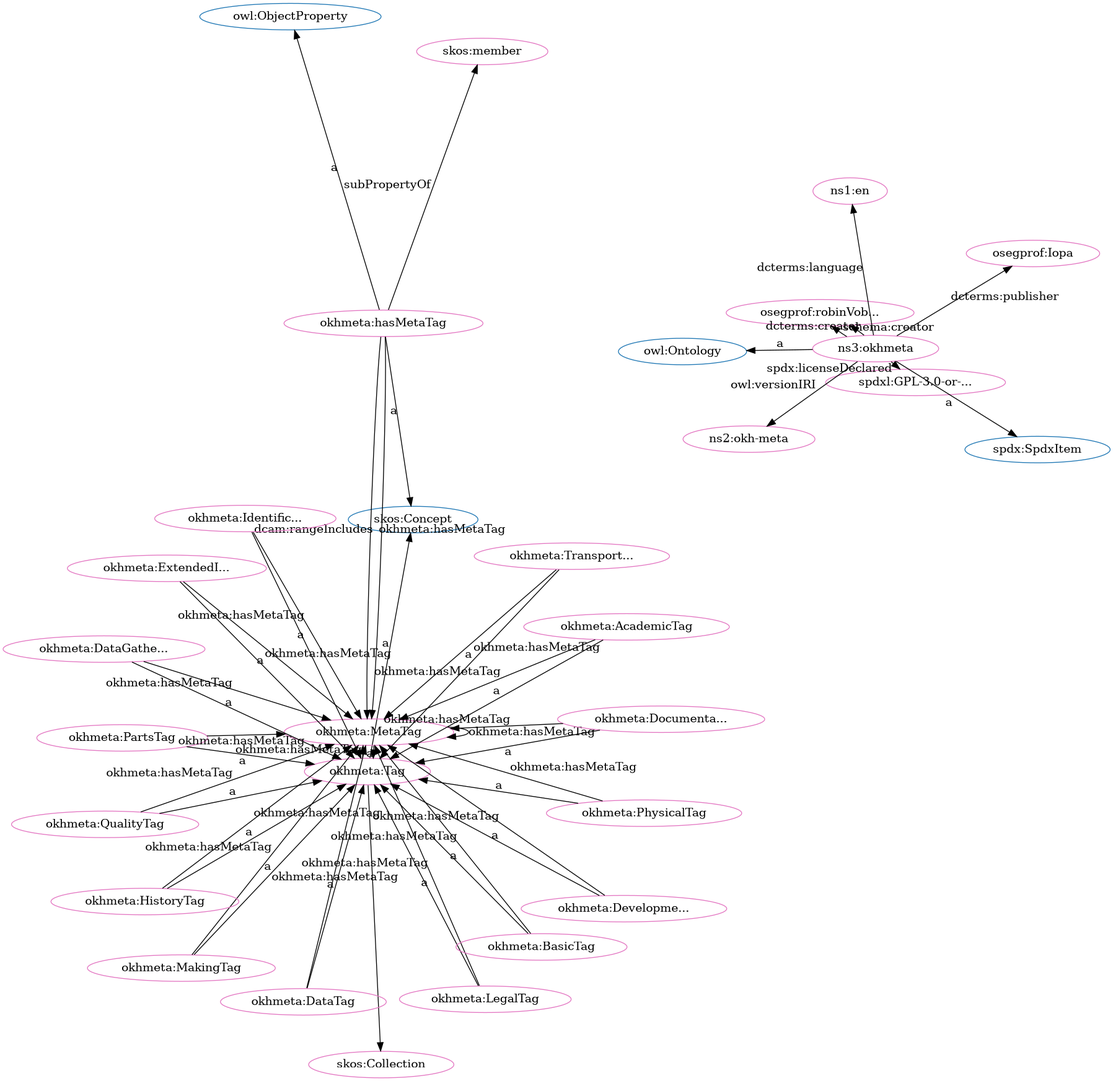
Before: src/spec/fdp_okh-meta.png, a diagram exported from Graphviz (iop-alliance/OpenKnowHow). Its source is kept beside it as src/spec/fdp_okh-meta.dot.
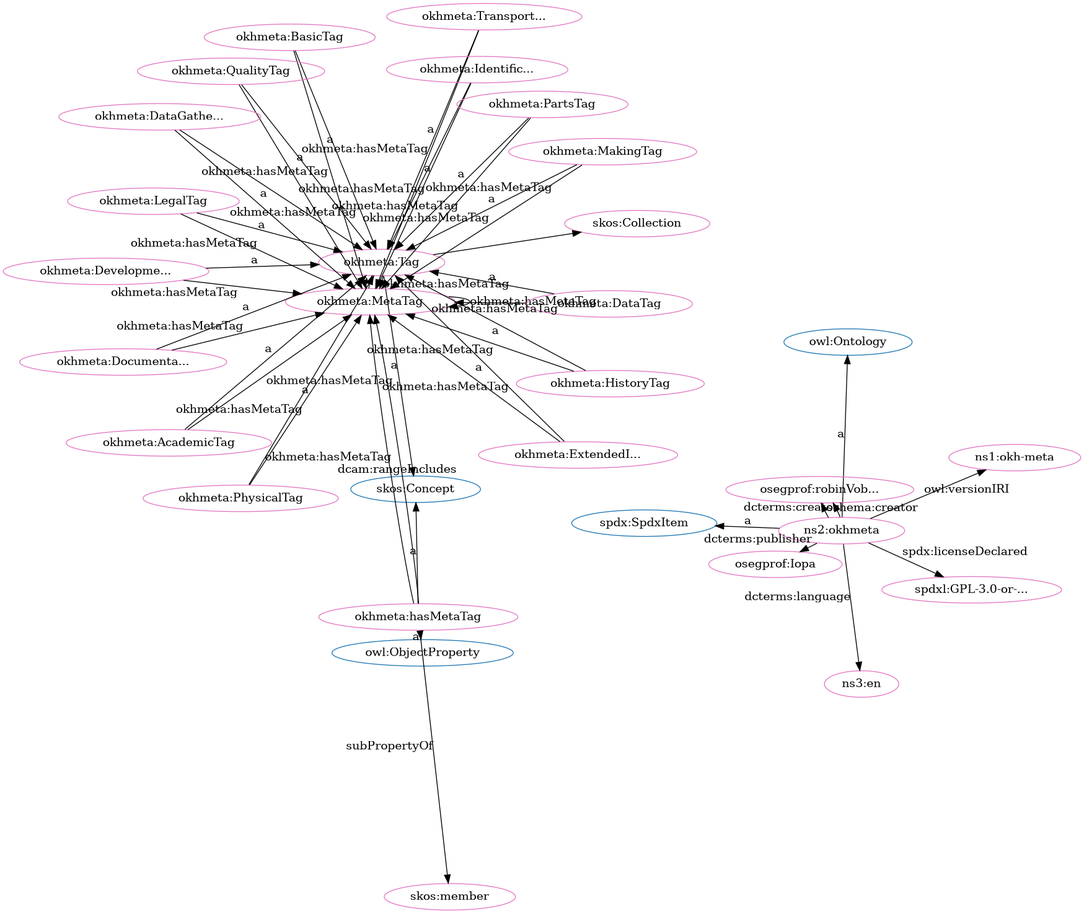
The same file after the commit.

Diff of the diagram source:
```diff
@@ -1,84 +1,84 @@
 digraph G {
   rankdir=BT
   node[height=.3]
+"http://spdx.org/rdf/terms#SpdxItem" [fillcolor="#1f77b4" color="#1f77b4" label="spdx:SpdxItem"]
+"http://www.w3.org/2002/07/owl#ObjectProperty" [fillcolor="#1f77b4" color="#1f77b4" label="owl:ObjectProperty"]
+"http://www.w3.org/2004/02/skos/core#Collection" [fillcolor="#1f77b4" color="#1f77b4" label="skos:Collection"]
+"http://www.w3.org/2004/02/skos/core#Concept" [fillcolor="#1f77b4" color="#1f77b4" label="skos:Concept"]
+"http://www.w3.org/2002/07/owl#Ontology" [fillcolor="#1f77b4" color="#1f77b4" label="owl:Ontology"]
 "http://w3id.org/oseg/ont/okhmeta#Tag" [fillcolor="#1f77b4" color="#1f77b4" label="okhmeta:Tag"]
-"http://www.w3.org/2002/07/owl#Ontology" [fillcolor="#1f77b4" color="#1f77b4" label="owl:Ontology"]
-"http://www.w3.org/2004/02/skos/core#Concept" [fillcolor="#1f77b4" color="#1f77b4" label="skos:Concept"]
-"http://www.w3.org/2004/02/skos/core#Collection" [fillcolor="#1f77b4" color="#1f77b4" label="skos:Collection"]
-"http://www.w3.org/2002/07/owl#ObjectProperty" [fillcolor="#1f77b4" color="#1f77b4" label="owl:ObjectProperty"]
-"http://spdx.org/rdf/terms#SpdxItem" [fillcolor="#1f77b4" color="#1f77b4" label="spdx:SpdxItem"]
 "http://w3id.org/oseg/ont/okhmeta#hasMetaTag" [fillcolor="#e377c2" color="#e377c2" label="okhmeta:hasMetaTag"]
+"http://spdx.org/licenses/GPL-3.0-or-later" [fillcolor="#e377c2" color="#e377c2" label="spdxl:GPL-3.0-or-..."]
 "http://w3id.org/oseg/ont/okhmeta#MetaTag" [fillcolor="#e377c2" color="#e377c2" label="okhmeta:MetaTag"]
-"http://spdx.org/licenses/GPL-3.0-or-later" [fillcolor="#e377c2" color="#e377c2" label="spdxl:GPL-3.0-or-..."]
+"http://w3id.org/oseg/ont/1.1.0/okh-meta" [fillcolor="#e377c2" color="#e377c2" label="ns1:okh-meta"]
+"http://w3id.org/oseg/ont/okhmeta#AcademicTag" [fillcolor="#e377c2" color="#e377c2" label="okhmeta:AcademicTag"]
+"http://w3id.org/oseg/ont/okhmeta" [fillcolor="#e377c2" color="#e377c2" label="ns2:okhmeta"]
+"http://w3id.org/oseg/ont/okhmeta#DevelopmentTag" [fillcolor="#e377c2" color="#e377c2" label="okhmeta:Developme..."]
+"http://w3id.org/oseg/ont/okhmeta#DataTag" [fillcolor="#e377c2" color="#e377c2" label="okhmeta:DataTag"]
+"http://w3id.org/oseg/ont/okhmeta#HistoryTag" [fillcolor="#e377c2" color="#e377c2" label="okhmeta:HistoryTag"]
+"http://w3id.org/oseg/ont/oseg-profiles#robinVobruba" [fillcolor="#e377c2" color="#e377c2" label="osegprof:robinVob..."]
+"http://w3id.org/oseg/ont/okhmeta#DocumentationTag" [fillcolor="#e377c2" color="#e377c2" label="okhmeta:Documenta..."]
+"http://w3id.org/oseg/ont/okhmeta#PhysicalTag" [fillcolor="#e377c2" color="#e377c2" label="okhmeta:PhysicalTag"]
+"http://w3id.org/oseg/ont/okhmeta#MakingTag" [fillcolor="#e377c2" color="#e377c2" label="okhmeta:MakingTag"]
+"http://w3id.org/oseg/ont/okhmeta#LegalTag" [fillcolor="#e377c2" color="#e377c2" label="okhmeta:LegalTag"]
+"http://www.w3.org/2004/02/skos/core#member" [fillcolor="#e377c2" color="#e377c2" label="skos:member"]
+"http://w3id.org/oseg/ont/okhmeta#TransportationTag" [fillcolor="#e377c2" color="#e377c2" label="okhmeta:Transport..."]
+"http://w3id.org/oseg/ont/okhmeta#Tag" [fillcolor="#e377c2" color="#e377c2" label="okhmeta:Tag"]
+"http://w3id.org/oseg/ont/okhmeta#ExtendedInfoTag" [fillcolor="#e377c2" color="#e377c2" label="okhmeta:ExtendedI..."]
+"http://w3id.org/oseg/ont/okhmeta#BasicTag" [fillcolor="#e377c2" color="#e377c2" label="okhmeta:BasicTag"]
 "http://w3id.org/oseg/ont/okhmeta#QualityTag" [fillcolor="#e377c2" color="#e377c2" label="okhmeta:QualityTag"]
-"http://w3id.org/oseg/ont/okhmeta#DocumentationTag" [fillcolor="#e377c2" color="#e377c2" label="okhmeta:Documenta..."]
-"http://w3id.org/oseg/ont/okhmeta#MakingTag" [fillcolor="#e377c2" color="#e377c2" label="okhmeta:MakingTag"]
-"http://w3id.org/oseg/ont/okhmeta#Tag" [fillcolor="#e377c2" color="#e377c2" label="okhmeta:Tag"]
-"http://w3id.org/oseg/ont/okhmeta#HistoryTag" [fillcolor="#e377c2" color="#e377c2" label="okhmeta:HistoryTag"]
 "http://w3id.org/oseg/ont/oseg-profiles#Iopa" [fillcolor="#e377c2" color="#e377c2" label="osegprof:Iopa"]
 "http://www.w3.org/2004/02/skos/core#Collection" [fillcolor="#e377c2" color="#e377c2" label="skos:Collection"]
-"http://w3id.org/oseg/ont/okhmeta#LegalTag" [fillcolor="#e377c2" color="#e377c2" label="okhmeta:LegalTag"]
-"http://w3id.org/oseg/ont/okhmeta#TransportationTag" [fillcolor="#e377c2" color="#e377c2" label="okhmeta:Transport..."]
-"http://www.w3.org/2004/02/skos/core#member" [fillcolor="#e377c2" color="#e377c2" label="skos:member"]
-"http://w3id.org/oseg/ont/okhmeta#AcademicTag" [fillcolor="#e377c2" color="#e377c2" label="okhmeta:AcademicTag"]
+"http://w3id.org/oseg/ont/okhmeta#IdentificationTag" [fillcolor="#e377c2" color="#e377c2" label="okhmeta:Identific..."]
+"http://id.loc.gov/vocabulary/iso639-1/en" [fillcolor="#e377c2" color="#e377c2" label="ns3:en"]
 "http://w3id.org/oseg/ont/okhmeta#PartsTag" [fillcolor="#e377c2" color="#e377c2" label="okhmeta:PartsTag"]
-"http://id.loc.gov/vocabulary/iso639-1/en" [fillcolor="#e377c2" color="#e377c2" label="ns1:en"]
-"http://w3id.org/oseg/ont/okhmeta#PhysicalTag" [fillcolor="#e377c2" color="#e377c2" label="okhmeta:PhysicalTag"]
-"http://w3id.org/oseg/ont/okhmeta#BasicTag" [fillcolor="#e377c2" color="#e377c2" label="okhmeta:BasicTag"]
-"http://w3id.org/oseg/ont/okhmeta#IdentificationTag" [fillcolor="#e377c2" color="#e377c2" label="okhmeta:Identific..."]
-"http://w3id.org/oseg/ont/oseg-profiles#robinVobruba" [fillcolor="#e377c2" color="#e377c2" label="osegprof:robinVob..."]
-"http://w3id.org/oseg/ont/okhmeta#ExtendedInfoTag" [fillcolor="#e377c2" color="#e377c2" label="okhmeta:ExtendedI..."]
-"http://w3id.org/oseg/ont/1.1.0/okh-meta" [fillcolor="#e377c2" color="#e377c2" label="ns2:okh-meta"]
 "http://w3id.org/oseg/ont/okhmeta#DataGatheringTag" [fillcolor="#e377c2" color="#e377c2" label="okhmeta:DataGathe..."]
-"http://w3id.org/oseg/ont/okhmeta#DevelopmentTag" [fillcolor="#e377c2" color="#e377c2" label="okhmeta:Developme..."]
-"http://w3id.org/oseg/ont/okhmeta" [fillcolor="#e377c2" color="#e377c2" label="ns3:okhmeta"]
-"http://w3id.org/oseg/ont/okhmeta#DataTag" [fillcolor="#e377c2" color="#e377c2" label="okhmeta:DataTag"]
-  "http://w3id.org/oseg/ont/okhmeta#TransportationTag" -> "http://w3id.org/oseg/ont/okhmeta#MetaTag" [label="okhmeta:hasMetaTag"]
-  "http://w3id.org/oseg/ont/okhmeta#PartsTag" -> "http://w3id.org/oseg/ont/okhmeta#MetaTag" [label="okhmeta:hasMetaTag"]
+  "http://w3id.org/oseg/ont/okhmeta#hasMetaTag" -> "http://www.w3.org/2004/02/skos/core#Concept" [label="a"]
+  "http://w3id.org/oseg/ont/okhmeta#MakingTag" -> "http://w3id.org/oseg/ont/okhmeta#MetaTag" [label="okhmeta:hasMetaTag"]
+  "http://w3id.org/oseg/ont/okhmeta" -> "http://w3id.org/oseg/ont/1.1.0/okh-meta" [label="owl:versionIRI"]
+  "http://w3id.org/oseg/ont/okhmeta#LegalTag" -> "http://w3id.org/oseg/ont/okhmeta#MetaTag" [label="okhmeta:hasMetaTag"]
+  "http://w3id.org/oseg/ont/okhmeta#DevelopmentTag" -> "http://w3id.org/oseg/ont/okhmeta#MetaTag" [label="okhmeta:hasMetaTag"]
+  "http://w3id.org/oseg/ont/okhmeta#IdentificationTag" -> "http://w3id.org/oseg/ont/okhmeta#MetaTag" [label="okhmeta:hasMetaTag"]
+  "http://w3id.org/oseg/ont/okhmeta#DataTag" -> "http://w3id.org/oseg/ont/okhmeta#Tag" [label="a"]
+  "http://w3id.org/oseg/ont/okhmeta#ExtendedInfoTag" -> "http://w3id.org/oseg/ont/okhmeta#MetaTag" [label="okhmeta:hasMetaTag"]
+  "http://w3id.org/oseg/ont/okhmeta#HistoryTag" -> "http://w3id.org/oseg/ont/okhmeta#Tag" [label="a"]
+  "http://w3id.org/oseg/ont/okhmeta" -> "http://w3id.org/oseg/ont/oseg-profiles#robinVobruba" [label="schema:creator"]
+  "http://w3id.org/oseg/ont/okhmeta#DocumentationTag" -> "http://w3id.org/oseg/ont/okhmeta#Tag" [label="a"]
+  "http://w3id.org/oseg/ont/okhmeta#PhysicalTag" -> "http://w3id.org/oseg/ont/okhmeta#Tag" [label="a"]
+  "http://w3id.org/oseg/ont/okhmeta#LegalTag" -> "http://w3id.org/oseg/ont/okhmeta#Tag" [label="a"]
+  "http://w3id.org/oseg/ont/okhmeta#hasMetaTag" -> "http://www.w3.org/2004/02/skos/core#member" [label="subPropertyOf"]
+  "http://w3id.org/oseg/ont/okhmeta#Tag" -> "http://www.w3.org/2004/02/skos/core#Concept" [label="a"]
+  "http://w3id.org/oseg/ont/okhmeta#ExtendedInfoTag" -> "http://w3id.org/oseg/ont/okhmeta#Tag" [label="a"]
+  "http://w3id.org/oseg/ont/okhmeta#BasicTag" -> "http://w3id.org/oseg/ont/okhmeta#Tag" [label="a"]
+  "http://w3id.org/oseg/ont/okhmeta#QualityTag" -> "http://w3id.org/oseg/ont/okhmeta#Tag" [label="a"]
+  "http://w3id.org/oseg/ont/okhmeta#MetaTag" -> "http://w3id.org/oseg/ont/okhmeta#MetaTag" [label="okhmeta:hasMetaTag"]
   "http://w3id.org/oseg/ont/okhmeta" -> "http://w3id.org/oseg/ont/oseg-profiles#Iopa" [label="dcterms:publisher"]
   "http://w3id.org/oseg/ont/okhmeta#Tag" -> "http://www.w3.org/2004/02/skos/core#Collection" [label=""]
+  "http://w3id.org/oseg/ont/okhmeta#DataTag" -> "http://w3id.org/oseg/ont/okhmeta#MetaTag" [label="okhmeta:hasMetaTag"]
+  "http://w3id.org/oseg/ont/okhmeta" -> "http://w3id.org/oseg/ont/oseg-profiles#robinVobruba" [label="dcterms:creator"]
+  "http://w3id.org/oseg/ont/okhmeta#DataGatheringTag" -> "http://w3id.org/oseg/ont/okhmeta#Tag" [label="a"]
+  "http://w3id.org/oseg/ont/okhmeta#DocumentationTag" -> "http://w3id.org/oseg/ont/okhmeta#MetaTag" [label="okhmeta:hasMetaTag"]
+  "http://w3id.org/oseg/ont/okhmeta" -> "http://spdx.org/licenses/GPL-3.0-or-later" [label="spdx:licenseDeclared"]
+  "http://w3id.org/oseg/ont/okhmeta#hasMetaTag" -> "http://w3id.org/oseg/ont/okhmeta#MetaTag" [label="okhmeta:hasMetaTag"]
+  "http://w3id.org/oseg/ont/okhmeta#AcademicTag" -> "http://w3id.org/oseg/ont/okhmeta#Tag" [label="a"]
+  "http://w3id.org/oseg/ont/okhmeta#hasMetaTag" -> "http://w3id.org/oseg/ont/okhmeta#MetaTag" [label="dcam:rangeIncludes"]
+  "http://w3id.org/oseg/ont/okhmeta#TransportationTag" -> "http://w3id.org/oseg/ont/okhmeta#MetaTag" [label="okhmeta:hasMetaTag"]
+  "http://w3id.org/oseg/ont/okhmeta" -> "http://www.w3.org/2002/07/owl#Ontology" [label="a"]
+  "http://w3id.org/oseg/ont/okhmeta#MetaTag" -> "http://w3id.org/oseg/ont/okhmeta#Tag" [label="a"]
+  "http://w3id.org/oseg/ont/okhmeta#DevelopmentTag" -> "http://w3id.org/oseg/ont/okhmeta#Tag" [label="a"]
+  "http://w3id.org/oseg/ont/okhmeta#HistoryTag" -> "http://w3id.org/oseg/ont/okhmeta#MetaTag" [label="okhmeta:hasMetaTag"]
+  "http://w3id.org/oseg/ont/okhmeta#PartsTag" -> "http://w3id.org/oseg/ont/okhmeta#MetaTag" [label="okhmeta:hasMetaTag"]
+  "http://w3id.org/oseg/ont/okhmeta#PhysicalTag" -> "http://w3id.org/oseg/ont/okhmeta#MetaTag" [label="okhmeta:hasMetaTag"]
+  "http://w3id.org/oseg/ont/okhmeta#DataGatheringTag" -> "http://w3id.org/oseg/ont/okhmeta#MetaTag" [label="okhmeta:hasMetaTag"]
+  "http://w3id.org/oseg/ont/okhmeta#MakingTag" -> "http://w3id.org/oseg/ont/okhmeta#Tag" [label="a"]
+  "http://w3id.org/oseg/ont/okhmeta" -> "http://spdx.org/rdf/terms#SpdxItem" [label="a"]
   "http://w3id.org/oseg/ont/okhmeta#TransportationTag" -> "http://w3id.org/oseg/ont/okhmeta#Tag" [label="a"]
-  "http://w3id.org/oseg/ont/okhmeta#hasMetaTag" -> "http://www.w3.org/2004/02/skos/core#member" [label="subPropertyOf"]
+  "http://w3id.org/oseg/ont/okhmeta#AcademicTag" -> "http://w3id.org/oseg/ont/okhmeta#MetaTag" [label="okhmeta:hasMetaTag"]
+  "http://w3id.org/oseg/ont/okhmeta#Tag" -> "http://w3id.org/oseg/ont/okhmeta#MetaTag" [label="okhmeta:hasMetaTag"]
+  "http://w3id.org/oseg/ont/okhmeta#IdentificationTag" -> "http://w3id.org/oseg/ont/okhmeta#Tag" [label="a"]
+  "http://w3id.org/oseg/ont/okhmeta" -> "http://id.loc.gov/vocabulary/iso639-1/en" [label="dcterms:language"]
+  "http://w3id.org/oseg/ont/okhmeta#hasMetaTag" -> "http://www.w3.org/2002/07/owl#ObjectProperty" [label="a"]
+  "http://w3id.org/oseg/ont/okhmeta#BasicTag" -> "http://w3id.org/oseg/ont/okhmeta#MetaTag" [label="okhmeta:hasMetaTag"]
+  "http://w3id.org/oseg/ont/okhmeta#QualityTag" -> "http://w3id.org/oseg/ont/okhmeta#MetaTag" [label="okhmeta:hasMetaTag"]
   "http://w3id.org/oseg/ont/okhmeta#PartsTag" -> "http://w3id.org/oseg/ont/okhmeta#Tag" [label="a"]
-  "http://w3id.org/oseg/ont/okhmeta" -> "http://id.loc.gov/vocabulary/iso639-1/en" [label="dcterms:language"]
-  "http://w3id.org/oseg/ont/okhmeta#BasicTag" -> "http://w3id.org/oseg/ont/okhmeta#Tag" [label="a"]
-  "http://w3id.org/oseg/ont/okhmeta#MetaTag" -> "http://w3id.org/oseg/ont/okhmeta#MetaTag" [label="okhmeta:hasMetaTag"]
-  "http://w3id.org/oseg/ont/okhmeta" -> "http://w3id.org/oseg/ont/oseg-profiles#robinVobruba" [label="schema:creator"]
-  "http://w3id.org/oseg/ont/okhmeta#ExtendedInfoTag" -> "http://w3id.org/oseg/ont/okhmeta#Tag" [label="a"]
-  "http://w3id.org/oseg/ont/okhmeta#DataGatheringTag" -> "http://w3id.org/oseg/ont/okhmeta#Tag" [label="a"]
-  "http://w3id.org/oseg/ont/okhmeta" -> "http://www.w3.org/2002/07/owl#Ontology" [label="a"]
-  "http://w3id.org/oseg/ont/okhmeta#MakingTag" -> "http://w3id.org/oseg/ont/okhmeta#MetaTag" [label="okhmeta:hasMetaTag"]
-  "http://w3id.org/oseg/ont/okhmeta" -> "http://spdx.org/rdf/terms#SpdxItem" [label="a"]
-  "http://w3id.org/oseg/ont/okhmeta" -> "http://w3id.org/oseg/ont/oseg-profiles#robinVobruba" [label="dcterms:creator"]
-  "http://w3id.org/oseg/ont/okhmeta#ExtendedInfoTag" -> "http://w3id.org/oseg/ont/okhmeta#MetaTag" [label="okhmeta:hasMetaTag"]
-  "http://w3id.org/oseg/ont/okhmeta#hasMetaTag" -> "http://www.w3.org/2002/07/owl#ObjectProperty" [label="a"]
-  "http://w3id.org/oseg/ont/okhmeta#HistoryTag" -> "http://w3id.org/oseg/ont/okhmeta#MetaTag" [label="okhmeta:hasMetaTag"]
-  "http://w3id.org/oseg/ont/okhmeta" -> "http://spdx.org/licenses/GPL-3.0-or-later" [label="spdx:licenseDeclared"]
-  "http://w3id.org/oseg/ont/okhmeta#LegalTag" -> "http://w3id.org/oseg/ont/okhmeta#MetaTag" [label="okhmeta:hasMetaTag"]
-  "http://w3id.org/oseg/ont/okhmeta#QualityTag" -> "http://w3id.org/oseg/ont/okhmeta#Tag" [label="a"]
-  "http://w3id.org/oseg/ont/okhmeta#Tag" -> "http://w3id.org/oseg/ont/okhmeta#MetaTag" [label="okhmeta:hasMetaTag"]
-  "http://w3id.org/oseg/ont/okhmeta#MetaTag" -> "http://w3id.org/oseg/ont/okhmeta#Tag" [label="a"]
-  "http://w3id.org/oseg/ont/okhmeta#hasMetaTag" -> "http://w3id.org/oseg/ont/okhmeta#MetaTag" [label="okhmeta:hasMetaTag"]
-  "http://w3id.org/oseg/ont/okhmeta#DocumentationTag" -> "http://w3id.org/oseg/ont/okhmeta#Tag" [label="a"]
-  "http://w3id.org/oseg/ont/okhmeta#MakingTag" -> "http://w3id.org/oseg/ont/okhmeta#Tag" [label="a"]
-  "http://w3id.org/oseg/ont/okhmeta#AcademicTag" -> "http://w3id.org/oseg/ont/okhmeta#MetaTag" [label="okhmeta:hasMetaTag"]
-  "http://w3id.org/oseg/ont/okhmeta#Tag" -> "http://www.w3.org/2004/02/skos/core#Concept" [label="a"]
-  "http://w3id.org/oseg/ont/okhmeta#DocumentationTag" -> "http://w3id.org/oseg/ont/okhmeta#MetaTag" [label="okhmeta:hasMetaTag"]
-  "http://w3id.org/oseg/ont/okhmeta#PhysicalTag" -> "http://w3id.org/oseg/ont/okhmeta#MetaTag" [label="okhmeta:hasMetaTag"]
-  "http://w3id.org/oseg/ont/okhmeta#hasMetaTag" -> "http://w3id.org/oseg/ont/okhmeta#MetaTag" [label="dcam:rangeIncludes"]
-  "http://w3id.org/oseg/ont/okhmeta#IdentificationTag" -> "http://w3id.org/oseg/ont/okhmeta#MetaTag" [label="okhmeta:hasMetaTag"]
-  "http://w3id.org/oseg/ont/okhmeta#HistoryTag" -> "http://w3id.org/oseg/ont/okhmeta#Tag" [label="a"]
-  "http://w3id.org/oseg/ont/okhmeta#LegalTag" -> "http://w3id.org/oseg/ont/okhmeta#Tag" [label="a"]
-  "http://w3id.org/oseg/ont/okhmeta#AcademicTag" -> "http://w3id.org/oseg/ont/okhmeta#Tag" [label="a"]
-  "http://w3id.org/oseg/ont/okhmeta#DevelopmentTag" -> "http://w3id.org/oseg/ont/okhmeta#MetaTag" [label="okhmeta:hasMetaTag"]
-  "http://w3id.org/oseg/ont/okhmeta#DataTag" -> "http://w3id.org/oseg/ont/okhmeta#MetaTag" [label="okhmeta:hasMetaTag"]
-  "http://w3id.org/oseg/ont/okhmeta#PhysicalTag" -> "http://w3id.org/oseg/ont/okhmeta#Tag" [label="a"]
-  "http://w3id.org/oseg/ont/okhmeta#IdentificationTag" -> "http://w3id.org/oseg/ont/okhmeta#Tag" [label="a"]
-  "http://w3id.org/oseg/ont/okhmeta#QualityTag" -> "http://w3id.org/oseg/ont/okhmeta#MetaTag" [label="okhmeta:hasMetaTag"]
-  "http://w3id.org/oseg/ont/okhmeta#hasMetaTag" -> "http://www.w3.org/2004/02/skos/core#Concept" [label="a"]
-  "http://w3id.org/oseg/ont/okhmeta" -> "http://w3id.org/oseg/ont/1.1.0/okh-meta" [label="owl:versionIRI"]
-  "http://w3id.org/oseg/ont/okhmeta#BasicTag" -> "http://w3id.org/oseg/ont/okhmeta#MetaTag" [label="okhmeta:hasMetaTag"]
-  "http://w3id.org/oseg/ont/okhmeta#DevelopmentTag" -> "http://w3id.org/oseg/ont/okhmeta#Tag" [label="a"]
-  "http://w3id.org/oseg/ont/okhmeta#DataTag" -> "http://w3id.org/oseg/ont/okhmeta#Tag" [label="a"]
-  "http://w3id.org/oseg/ont/okhmeta#DataGatheringTag" -> "http://w3id.org/oseg/ont/okhmeta#MetaTag" [label="okhmeta:hasMetaTag"]
 }
```
